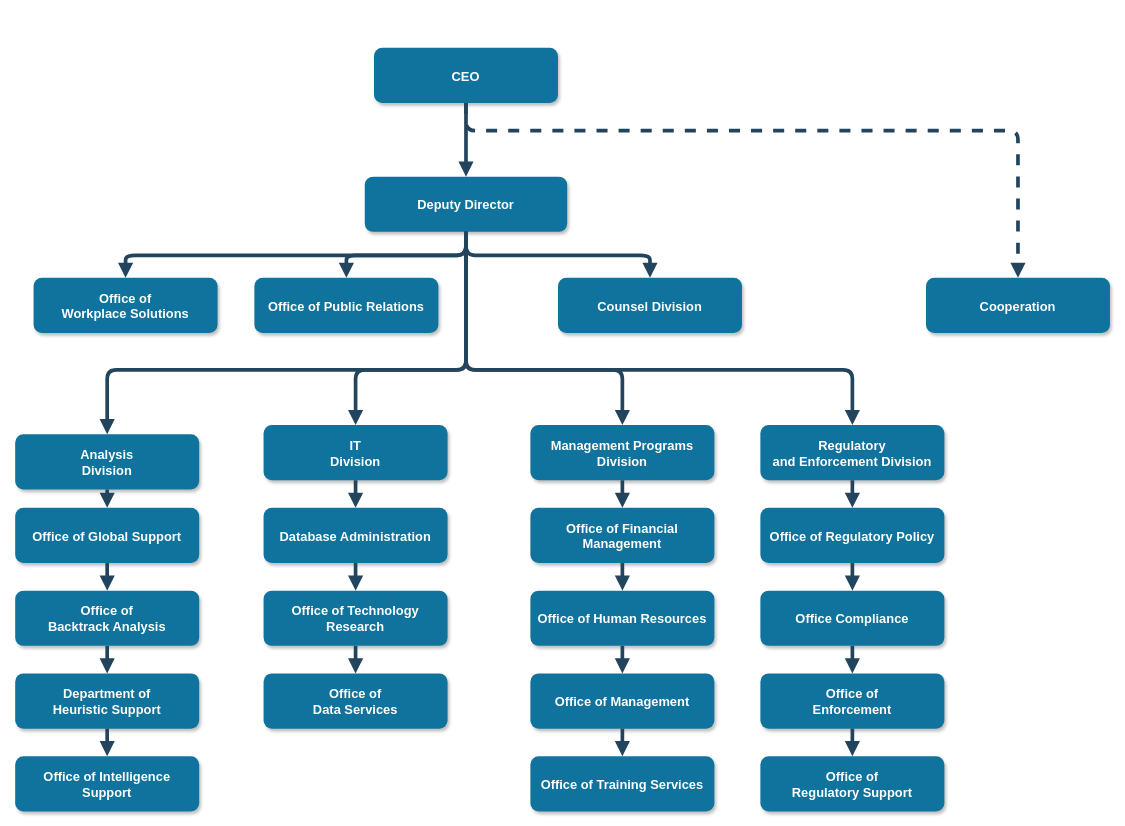
Above: taller_1_viaje/Untitled Diagram.drawio in u-m-i/SENA_tasks (draw.io), before the change. Source tidied: cells renumbered, new cells numbered last; positions are measured from the earlier drawing's top-left corner, leaving out a move shared by most shapes. Both pictures are drawn from the tidied source at 92%, with x=0, y=0 at pixel (15, 48).
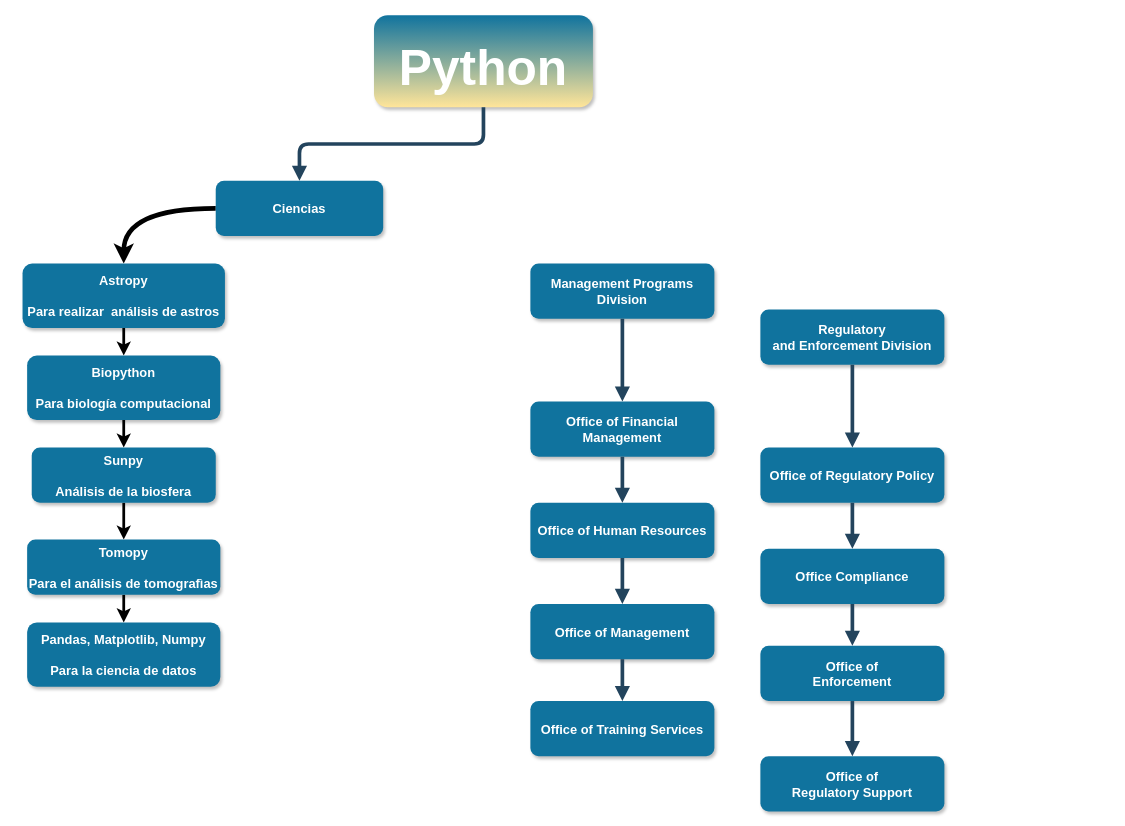
The same page after the edit.

What changed in the source:
```diff
@@
-    <mxCell id="2" value="CEO" style="rounded=1;fillColor=#10739E;strokeColor=none;shadow=1;gradientColor=none;fontStyle=1;fontColor=#FFFFFF;fontSize=14;" parent="1" vertex="1">
-      <mxGeometry x="390" y="-0.5" width="200" height="60" as="geometry" />
+    <mxCell id="2" value="Python" style="rounded=1;fillColor=#10739E;strokeColor=none;shadow=1;fontStyle=1;fontColor=#FFFFFF;fontSize=54;gradientColor=#FFE599;" parent="1" vertex="1">
+      <mxGeometry x="390" y="-36" width="238" height="100" as="geometry" />
     </mxCell>
-    <mxCell id="3" value="Deputy Director" style="rounded=1;fillColor=#10739E;strokeColor=none;shadow=1;gradientColor=none;fontStyle=1;fontColor=#FFFFFF;fontSize=14;" parent="1" vertex="1">
-      <mxGeometry x="380" y="139.5" width="220" height="60" as="geometry" />
-    </mxCell>
-    <mxCell id="4" value="Office of &#10;Workplace Solutions" style="rounded=1;fillColor=#10739E;strokeColor=none;shadow=1;gradientColor=none;fontStyle=1;fontColor=#FFFFFF;fontSize=14;" parent="1" vertex="1">
-      <mxGeometry x="20" y="249.5" width="200" height="60" as="geometry" />
-    </mxCell>
+    <mxCell id="51" style="edgeStyle=orthogonalEdgeStyle;jettySize=auto;html=1;entryX=0.5;entryY=0;entryDx=0;entryDy=0;fontSize=54;strokeWidth=5;curved=1;" parent="1" edge="1" source="5" target="6">
+      <mxGeometry relative="1" as="geometry">
+        <Array as="points">
+          <mxPoint x="118" y="174" />
+        </Array>
+      </mxGeometry>
+    </mxCell>
-    <mxCell id="5" value="Office of Public Relations" style="rounded=1;fillColor=#10739E;strokeColor=none;shadow=1;gradientColor=none;fontStyle=1;fontColor=#FFFFFF;fontSize=14;" parent="1" vertex="1">
-      <mxGeometry x="260" y="249.5" width="200" height="60" as="geometry" />
+    <mxCell id="5" value="Ciencias" style="rounded=1;fillColor=#10739E;strokeColor=none;shadow=1;gradientColor=none;fontStyle=1;fontColor=#FFFFFF;fontSize=14;" parent="1" vertex="1">
+      <mxGeometry x="218" y="144" width="182" height="60" as="geometry" />
     </mxCell>
+    <mxCell id="52" style="edgeStyle=orthogonalEdgeStyle;rounded=0;jettySize=auto;html=1;exitX=0.5;exitY=1;exitDx=0;exitDy=0;fontSize=54;strokeWidth=3;" parent="1" edge="1" source="6" target="54">
+      <mxGeometry relative="1" as="geometry" />
+    </mxCell>
-    <mxCell id="6" value="Counsel Division" style="rounded=1;fillColor=#10739E;strokeColor=none;shadow=1;gradientColor=none;fontStyle=1;fontColor=#FFFFFF;fontSize=14;" parent="1" vertex="1">
-      <mxGeometry x="590" y="249.5" width="200" height="60" as="geometry" />
+    <mxCell id="6" value="Astropy&#10;&#10;Para realizar  análisis de astros" style="rounded=1;fillColor=#10739E;strokeColor=none;shadow=1;gradientColor=none;fontStyle=1;fontColor=#FFFFFF;fontSize=14;" parent="1" vertex="1">
+      <mxGeometry x="8" y="234" width="220" height="70" as="geometry" />
     </mxCell>
-    <mxCell id="7" value="Cooperation" style="rounded=1;fillColor=#10739E;strokeColor=none;shadow=1;gradientColor=none;fontStyle=1;fontColor=#FFFFFF;fontSize=14;" parent="1" vertex="1">
-      <mxGeometry x="990" y="249.5" width="200" height="60" as="geometry" />
-    </mxCell>
-    <mxCell id="8" value="Analysis &#10;Division" style="rounded=1;fillColor=#10739E;strokeColor=none;shadow=1;gradientColor=none;fontStyle=1;fontColor=#FFFFFF;fontSize=14;" parent="1" vertex="1">
-      <mxGeometry y="419.5" width="200" height="60" as="geometry" />
-    </mxCell>
-    <mxCell id="9" value="Office of Global Support" style="rounded=1;fillColor=#10739E;strokeColor=none;shadow=1;gradientColor=none;fontStyle=1;fontColor=#FFFFFF;fontSize=14;" parent="1" vertex="1">
-      <mxGeometry y="499.5" width="200" height="60" as="geometry" />
-    </mxCell>
-    <mxCell id="10" value="Office of &#10;Backtrack Analysis" style="rounded=1;fillColor=#10739E;strokeColor=none;shadow=1;gradientColor=none;fontStyle=1;fontColor=#FFFFFF;fontSize=14;" parent="1" vertex="1">
-      <mxGeometry y="589.5" width="200" height="60" as="geometry" />
-    </mxCell>
-    <mxCell id="11" value="Department of &#10;Heuristic Support" style="rounded=1;fillColor=#10739E;strokeColor=none;shadow=1;gradientColor=none;fontStyle=1;fontColor=#FFFFFF;fontSize=14;" parent="1" vertex="1">
-      <mxGeometry y="679.5" width="200" height="60" as="geometry" />
-    </mxCell>
-    <mxCell id="12" value="Office of Intelligence &#10;Support" style="rounded=1;fillColor=#10739E;strokeColor=none;shadow=1;gradientColor=none;fontStyle=1;fontColor=#FFFFFF;fontSize=14;" parent="1" vertex="1">
-      <mxGeometry y="769.5" width="200" height="60" as="geometry" />
-    </mxCell>
-    <mxCell id="13" value="IT&#10;Division" style="rounded=1;fillColor=#10739E;strokeColor=none;shadow=1;gradientColor=none;fontStyle=1;fontColor=#FFFFFF;fontSize=14;" parent="1" vertex="1">
-      <mxGeometry x="270" y="409.5" width="200" height="60" as="geometry" />
-    </mxCell>
-    <mxCell id="14" value="Database Administration" style="rounded=1;fillColor=#10739E;strokeColor=none;shadow=1;gradientColor=none;fontStyle=1;fontColor=#FFFFFF;fontSize=14;" parent="1" vertex="1">
-      <mxGeometry x="270" y="499.5" width="200" height="60" as="geometry" />
-    </mxCell>
-    <mxCell id="15" value="Office of Technology &#10;Research" style="rounded=1;fillColor=#10739E;strokeColor=none;shadow=1;gradientColor=none;fontStyle=1;fontColor=#FFFFFF;fontSize=14;" parent="1" vertex="1">
-      <mxGeometry x="270" y="589.5" width="200" height="60" as="geometry" />
-    </mxCell>
-    <mxCell id="16" value="Office of&#10;Data Services" style="rounded=1;fillColor=#10739E;strokeColor=none;shadow=1;gradientColor=none;fontStyle=1;fontColor=#FFFFFF;fontSize=14;" parent="1" vertex="1">
-      <mxGeometry x="270" y="679.5" width="200" height="60" as="geometry" />
-    </mxCell>
     <mxCell id="17" value="Management Programs &#10;Division" style="rounded=1;fillColor=#10739E;strokeColor=none;shadow=1;gradientColor=none;fontStyle=1;fontColor=#FFFFFF;fontSize=14;" parent="1" vertex="1">
-      <mxGeometry x="560" y="409.5" width="200" height="60" as="geometry" />
+      <mxGeometry x="560" y="234" width="200" height="60" as="geometry" />
     </mxCell>
     <mxCell id="18" value="Office of Financial &#10;Management" style="rounded=1;fillColor=#10739E;strokeColor=none;shadow=1;gradientColor=none;fontStyle=1;fontColor=#FFFFFF;fontSize=14;" parent="1" vertex="1">
-      <mxGeometry x="560" y="499.5" width="200" height="60" as="geometry" />
+      <mxGeometry x="560" y="384" width="200" height="60" as="geometry" />
     </mxCell>
     <mxCell id="19" value="Office of Human Resources" style="rounded=1;fillColor=#10739E;strokeColor=none;shadow=1;gradientColor=none;fontStyle=1;fontColor=#FFFFFF;fontSize=14;" parent="1" vertex="1">
-      <mxGeometry x="560" y="589.5" width="200" height="60" as="geometry" />
+      <mxGeometry x="560" y="494" width="200" height="60" as="geometry" />
     </mxCell>
     <mxCell id="20" value="Office of Management " style="rounded=1;fillColor=#10739E;strokeColor=none;shadow=1;gradientColor=none;fontStyle=1;fontColor=#FFFFFF;fontSize=14;" parent="1" vertex="1">
-      <mxGeometry x="560" y="679.5" width="200" height="60" as="geometry" />
+      <mxGeometry x="560" y="604" width="200" height="60" as="geometry" />
     </mxCell>
     <mxCell id="21" value="Office of Training Services" style="rounded=1;fillColor=#10739E;strokeColor=none;shadow=1;gradientColor=none;fontStyle=1;fontColor=#FFFFFF;fontSize=14;" parent="1" vertex="1">
-      <mxGeometry x="560" y="769.5" width="200" height="60" as="geometry" />
+      <mxGeometry x="560" y="709.5" width="200" height="60" as="geometry" />
     </mxCell>
     <mxCell id="22" value="Regulatory &#10;and Enforcement Division" style="rounded=1;fillColor=#10739E;strokeColor=none;shadow=1;gradientColor=none;fontStyle=1;fontColor=#FFFFFF;fontSize=14;" parent="1" vertex="1">
-      <mxGeometry x="810" y="409.5" width="200" height="60" as="geometry" />
+      <mxGeometry x="810" y="284" width="200" height="60" as="geometry" />
     </mxCell>
     <mxCell id="23" value="Office of Regulatory Policy" style="rounded=1;fillColor=#10739E;strokeColor=none;shadow=1;gradientColor=none;fontStyle=1;fontColor=#FFFFFF;fontSize=14;" parent="1" vertex="1">
-      <mxGeometry x="810" y="499.5" width="200" height="60" as="geometry" />
+      <mxGeometry x="810" y="434" width="200" height="60" as="geometry" />
     </mxCell>
     <mxCell id="24" value="Office Compliance" style="rounded=1;fillColor=#10739E;strokeColor=none;shadow=1;gradientColor=none;fontStyle=1;fontColor=#FFFFFF;fontSize=14;" parent="1" vertex="1">
-      <mxGeometry x="810" y="589.5" width="200" height="60" as="geometry" />
+      <mxGeometry x="810" y="544" width="200" height="60" as="geometry" />
     </mxCell>
     <mxCell id="25" value="Office of &#10;Enforcement" style="rounded=1;fillColor=#10739E;strokeColor=none;shadow=1;gradientColor=none;fontStyle=1;fontColor=#FFFFFF;fontSize=14;" parent="1" vertex="1">
-      <mxGeometry x="810" y="679.5" width="200" height="60" as="geometry" />
+      <mxGeometry x="810" y="649.5" width="200" height="60" as="geometry" />
     </mxCell>
@@
-    <mxCell id="27" style="edgeStyle=elbowEdgeStyle;elbow=vertical;strokeWidth=4;endArrow=block;endFill=1;fontStyle=1;strokeColor=#23445D;" parent="1" edge="1" source="2" target="3">
+    <mxCell id="27" style="edgeStyle=elbowEdgeStyle;elbow=vertical;strokeWidth=4;endArrow=block;endFill=1;fontStyle=1;strokeColor=#23445D;entryX=0.5;entryY=0;entryDx=0;entryDy=0;" parent="1" edge="1" source="2" target="5">
       <mxGeometry x="22" y="165.5" as="geometry" />
     </mxCell>
-    <mxCell id="28" style="edgeStyle=elbowEdgeStyle;elbow=vertical;strokeWidth=4;endArrow=block;endFill=1;fontStyle=1;strokeColor=#23445D;" parent="1" edge="1" source="3" target="5">
-      <mxGeometry x="22" y="165.5" as="geometry" />
-    </mxCell>
-    <mxCell id="29" style="edgeStyle=elbowEdgeStyle;elbow=vertical;strokeWidth=4;endArrow=block;endFill=1;fontStyle=1;strokeColor=#23445D;" parent="1" edge="1" source="3" target="4">
-      <mxGeometry x="22" y="165.5" as="geometry" />
-    </mxCell>
-    <mxCell id="30" style="edgeStyle=elbowEdgeStyle;elbow=vertical;strokeWidth=4;endArrow=block;endFill=1;fontStyle=1;strokeColor=#23445D;" parent="1" edge="1" source="3" target="6">
-      <mxGeometry x="22" y="165.5" as="geometry" />
-    </mxCell>
-    <mxCell id="31" style="edgeStyle=elbowEdgeStyle;elbow=vertical;strokeWidth=4;endArrow=block;endFill=1;fontStyle=1;dashed=1;strokeColor=#23445D;" parent="1" edge="1" source="2" target="7">
-      <mxGeometry x="22" y="165.5" as="geometry">
-        <Array as="points">
-          <mxPoint x="780" y="89.5" />
-        </Array>
-      </mxGeometry>
-    </mxCell>
-    <mxCell id="32" style="edgeStyle=elbowEdgeStyle;elbow=vertical;strokeWidth=4;endArrow=block;endFill=1;fontStyle=1;strokeColor=#23445D;" parent="1" edge="1" source="3" target="8">
-      <mxGeometry x="22" y="165.5" as="geometry">
-        <Array as="points">
-          <mxPoint x="270" y="349.5" />
-        </Array>
-      </mxGeometry>
-    </mxCell>
-    <mxCell id="33" style="edgeStyle=elbowEdgeStyle;elbow=vertical;strokeWidth=4;endArrow=block;endFill=1;fontStyle=1;strokeColor=#23445D;" parent="1" edge="1" source="3" target="22">
-      <mxGeometry x="22" y="165.5" as="geometry">
-        <Array as="points">
-          <mxPoint x="690" y="349.5" />
-        </Array>
-      </mxGeometry>
-    </mxCell>
-    <mxCell id="34" style="edgeStyle=elbowEdgeStyle;elbow=vertical;strokeWidth=4;endArrow=block;endFill=1;fontStyle=1;strokeColor=#23445D;" parent="1" edge="1" source="8" target="9">
-      <mxGeometry x="62" y="165.5" as="geometry" />
-    </mxCell>
-    <mxCell id="35" style="edgeStyle=elbowEdgeStyle;elbow=vertical;strokeWidth=4;endArrow=block;endFill=1;fontStyle=1;strokeColor=#23445D;" parent="1" edge="1" source="9" target="10">
-      <mxGeometry x="62" y="175.5" as="geometry" />
-    </mxCell>
-    <mxCell id="36" style="edgeStyle=elbowEdgeStyle;elbow=vertical;strokeWidth=4;endArrow=block;endFill=1;fontStyle=1;strokeColor=#23445D;" parent="1" edge="1" source="10" target="11">
-      <mxGeometry x="62" y="185.5" as="geometry" />
-    </mxCell>
-    <mxCell id="37" style="edgeStyle=elbowEdgeStyle;elbow=vertical;strokeWidth=4;endArrow=block;endFill=1;fontStyle=1;strokeColor=#23445D;" parent="1" edge="1" source="11" target="12">
-      <mxGeometry x="62" y="195.5" as="geometry" />
-    </mxCell>
-    <mxCell id="38" style="edgeStyle=elbowEdgeStyle;elbow=vertical;strokeWidth=4;endArrow=block;endFill=1;fontStyle=1;strokeColor=#23445D;" parent="1" edge="1" source="13" target="14">
-      <mxGeometry x="62" y="165.5" as="geometry" />
-    </mxCell>
-    <mxCell id="39" style="edgeStyle=elbowEdgeStyle;elbow=vertical;strokeWidth=4;endArrow=block;endFill=1;fontStyle=1;strokeColor=#23445D;" parent="1" edge="1" source="14" target="15">
-      <mxGeometry x="62" y="175.5" as="geometry" />
-    </mxCell>
-    <mxCell id="40" style="edgeStyle=elbowEdgeStyle;elbow=vertical;strokeWidth=4;endArrow=block;endFill=1;fontStyle=1;strokeColor=#23445D;" parent="1" edge="1" source="15" target="16">
-      <mxGeometry x="62" y="185.5" as="geometry" />
-    </mxCell>
@@
-    <mxCell id="49" style="edgeStyle=elbowEdgeStyle;elbow=vertical;strokeWidth=4;endArrow=block;endFill=1;fontStyle=1;strokeColor=#23445D;" parent="1" edge="1" source="3" target="13">
-      <mxGeometry x="22" y="165.5" as="geometry">
-        <Array as="points">
-          <mxPoint x="370" y="349.5" />
-        </Array>
-      </mxGeometry>
-    </mxCell>
-    <mxCell id="50" style="edgeStyle=elbowEdgeStyle;elbow=vertical;strokeWidth=4;endArrow=block;endFill=1;fontStyle=1;strokeColor=#23445D;" parent="1" edge="1" source="3" target="17">
-      <mxGeometry x="22" y="165.5" as="geometry">
-        <Array as="points">
-          <mxPoint x="660" y="349.5" />
-        </Array>
-      </mxGeometry>
-    </mxCell>
+    <mxCell id="53" style="edgeStyle=orthogonalEdgeStyle;rounded=0;jettySize=auto;html=1;entryX=0.5;entryY=0;entryDx=0;entryDy=0;fontSize=54;strokeWidth=3;" parent="1" edge="1" source="54" target="56">
+      <mxGeometry relative="1" as="geometry" />
+    </mxCell>
+    <mxCell id="54" value="Biopython&#10;&#10;Para biología computacional" style="rounded=1;fillColor=#10739E;strokeColor=none;shadow=1;gradientColor=none;fontStyle=1;fontColor=#FFFFFF;fontSize=14;" parent="1" vertex="1">
+      <mxGeometry x="13" y="334" width="210" height="70" as="geometry" />
+    </mxCell>
+    <mxCell id="55" style="edgeStyle=orthogonalEdgeStyle;rounded=0;jettySize=auto;html=1;entryX=0.5;entryY=0;entryDx=0;entryDy=0;fontSize=54;strokeWidth=3;" parent="1" edge="1" source="56" target="58">
+      <mxGeometry relative="1" as="geometry" />
+    </mxCell>
+    <mxCell id="56" value="Sunpy&#10;&#10;Análisis de la biosfera" style="rounded=1;fillColor=#10739E;strokeColor=none;shadow=1;gradientColor=none;fontStyle=1;fontColor=#FFFFFF;fontSize=14;" parent="1" vertex="1">
+      <mxGeometry x="18" y="434" width="200" height="60" as="geometry" />
+    </mxCell>
+    <mxCell id="57" style="edgeStyle=orthogonalEdgeStyle;rounded=0;jettySize=auto;html=1;fontSize=54;strokeWidth=3;" parent="1" edge="1" source="58" target="59">
+      <mxGeometry relative="1" as="geometry" />
+    </mxCell>
+    <mxCell id="58" value="Tomopy&#10;&#10;Para el análisis de tomografìas" style="rounded=1;fillColor=#10739E;strokeColor=none;shadow=1;gradientColor=none;fontStyle=1;fontColor=#FFFFFF;fontSize=14;" parent="1" vertex="1">
+      <mxGeometry x="13" y="534" width="210" height="60" as="geometry" />
+    </mxCell>
+    <mxCell id="59" value="Pandas, Matplotlib, Numpy&#10;&#10;Para la ciencia de datos" style="rounded=1;fillColor=#10739E;strokeColor=none;shadow=1;gradientColor=none;fontStyle=1;fontColor=#FFFFFF;fontSize=14;" parent="1" vertex="1">
+      <mxGeometry x="13" y="624" width="210" height="70" as="geometry" />
+    </mxCell>
```
